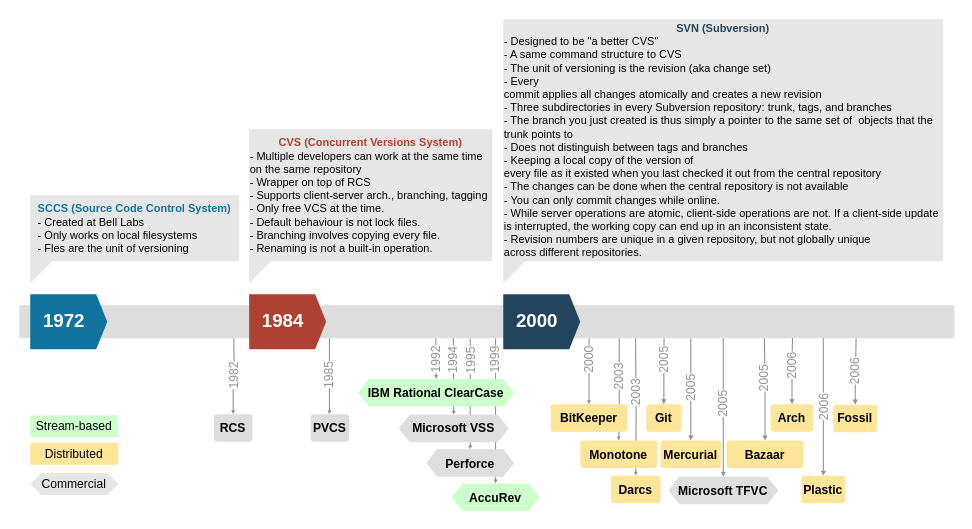
AlirezaRoshanzamir/continuous-delivery-course keeps this draw.io diagram as 16-advanced-version-control/assets/vcs-history.drawio. Above is the earlier version. Source tidied: cells renumbered, new cells numbered last; positions are measured from the earlier drawing's top-left corner, leaving out a move shared by most shapes. Both pictures are drawn from the tidied source at 110%, with x=0, y=0 at pixel (19, 19).
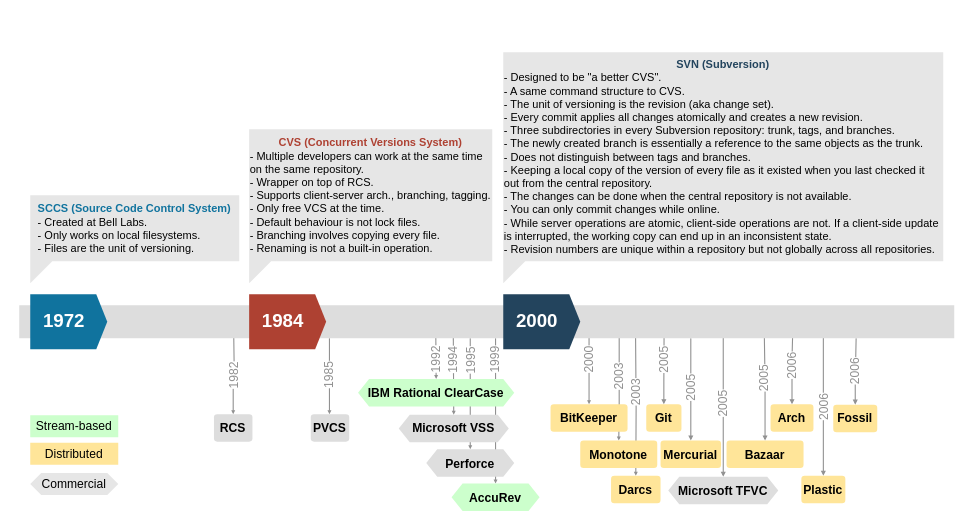
Above is the later version.

Commit message (it also covers changes not shown here):
Make some paragraphs of the 16-advanced-version-control presentation smaller.

Diff of the diagram source:
```diff
@@
-    <mxCell id="37" value="&lt;font color=&quot;#10739E&quot; style=&quot;font-size: 10px&quot;&gt;&lt;b&gt;SCCS (Source Code Control System)&lt;/b&gt;&lt;/font&gt;&lt;br style=&quot;font-size: 10px&quot;&gt;&lt;div style=&quot;font-size: 10px ; text-align: left&quot;&gt;- Created at Bell Labs&lt;/div&gt;&lt;span style=&quot;font-size: 10px&quot;&gt;&lt;div style=&quot;text-align: left&quot;&gt;- Only works on local filesystems&lt;/div&gt;&lt;/span&gt;&lt;div style=&quot;font-size: 10px ; text-align: left&quot;&gt;- Fles are the unit of versioning&lt;/div&gt;" style="shape=callout;whiteSpace=wrap;html=1;perimeter=calloutPerimeter;fontSize=11;fontColor=#000000;fillColor=#E6E6E6;gradientColor=none;size=20;position=0;position2=0;strokeColor=none;" parent="1" vertex="1">
+    <mxCell id="37" value="&lt;font color=&quot;#10739E&quot; style=&quot;font-size: 10px&quot;&gt;&lt;b&gt;SCCS (Source Code Control System)&lt;/b&gt;&lt;/font&gt;&lt;br style=&quot;font-size: 10px&quot;&gt;&lt;div style=&quot;font-size: 10px ; text-align: left&quot;&gt;- Created at Bell Labs.&lt;/div&gt;&lt;span style=&quot;font-size: 10px&quot;&gt;&lt;div style=&quot;text-align: left&quot;&gt;- Only works on local filesystems.&lt;/div&gt;&lt;/span&gt;&lt;div style=&quot;font-size: 10px ; text-align: left&quot;&gt;- Files are the unit of versioning.&lt;/div&gt;" style="shape=callout;whiteSpace=wrap;html=1;perimeter=calloutPerimeter;fontSize=11;fontColor=#000000;fillColor=#E6E6E6;gradientColor=none;size=20;position=0;position2=0;strokeColor=none;" parent="1" vertex="1">
       <mxGeometry x="10" y="160" width="190" height="80" as="geometry" />
     </mxCell>
-    <mxCell id="38" value="&lt;font color=&quot;#AE4132&quot; style=&quot;font-size: 10px&quot;&gt;&lt;b&gt;CVS (Concurrent Versions System)&lt;/b&gt;&lt;/font&gt;&lt;font style=&quot;font-size: 10px&quot;&gt;&lt;br&gt;&lt;div style=&quot;text-align: left&quot;&gt;- Multiple developers can work at the same time on the same repository&lt;/div&gt;&lt;/font&gt;&lt;span style=&quot;font-size: 10px&quot;&gt;&lt;div style=&quot;text-align: left&quot;&gt;- Wrapper on top of RCS&lt;/div&gt;&lt;/span&gt;&lt;span style=&quot;font-size: 10px&quot;&gt;&lt;div style=&quot;text-align: left&quot;&gt;- Supports client-server arch., branching, tagging&lt;/div&gt;&lt;/span&gt;&lt;font style=&quot;font-size: 10px&quot;&gt;&lt;div style=&quot;text-align: left&quot;&gt;- Only free VCS at the time.&lt;/div&gt;&lt;div style=&quot;text-align: left&quot;&gt;- Default behaviour is not lock files.&lt;/div&gt;&lt;div style=&quot;text-align: left&quot;&gt;- Branching involves copying every file.&lt;/div&gt;&lt;div style=&quot;text-align: left&quot;&gt;- Renaming is not a built-in operation.&lt;/div&gt;&lt;/font&gt;" style="shape=callout;whiteSpace=wrap;html=1;perimeter=calloutPerimeter;fontSize=11;fontColor=#000000;fillColor=#E6E6E6;gradientColor=none;size=20;position=0;position2=0;strokeColor=none;" parent="1" vertex="1">
+    <mxCell id="38" value="&lt;font color=&quot;#AE4132&quot; style=&quot;font-size: 10px&quot;&gt;&lt;b&gt;CVS (Concurrent Versions System)&lt;/b&gt;&lt;/font&gt;&lt;font style=&quot;font-size: 10px&quot;&gt;&lt;br&gt;&lt;div style=&quot;text-align: left&quot;&gt;- Multiple developers can work at the same time on the same repository.&lt;/div&gt;&lt;/font&gt;&lt;span style=&quot;font-size: 10px&quot;&gt;&lt;div style=&quot;text-align: left&quot;&gt;- Wrapper on top of RCS.&lt;/div&gt;&lt;/span&gt;&lt;span style=&quot;font-size: 10px&quot;&gt;&lt;div style=&quot;text-align: left&quot;&gt;- Supports client-server arch., branching, tagging.&lt;/div&gt;&lt;/span&gt;&lt;font style=&quot;font-size: 10px&quot;&gt;&lt;div style=&quot;text-align: left&quot;&gt;- Only free VCS at the time.&lt;/div&gt;&lt;div style=&quot;text-align: left&quot;&gt;- Default behaviour is not lock files.&lt;/div&gt;&lt;div style=&quot;text-align: left&quot;&gt;- Branching involves copying every file.&lt;/div&gt;&lt;div style=&quot;text-align: left&quot;&gt;- Renaming is not a built-in operation.&lt;/div&gt;&lt;/font&gt;" style="shape=callout;whiteSpace=wrap;html=1;perimeter=calloutPerimeter;fontSize=11;fontColor=#000000;fillColor=#E6E6E6;gradientColor=none;size=20;position=0;position2=0;strokeColor=none;" parent="1" vertex="1">
       <mxGeometry x="209" y="100" width="221" height="140" as="geometry" />
     </mxCell>
-    <mxCell id="39" value="&lt;font style=&quot;font-size: 10px&quot;&gt;&lt;font color=&quot;#23445D&quot;&gt;&lt;b&gt;SVN (Subversion)&lt;/b&gt;&lt;/font&gt;&lt;br&gt;&lt;div style=&quot;text-align: left&quot;&gt;- Designed to be &quot;a better CVS&quot;&lt;/div&gt;&lt;div style=&quot;text-align: left&quot;&gt;- A same command structure to CVS&lt;/div&gt;&lt;div style=&quot;text-align: left&quot;&gt;- The unit&amp;nbsp;of versioning is the revision (aka change set)&lt;/div&gt;&lt;div style=&quot;text-align: left&quot;&gt;- Every&lt;/div&gt;&lt;div style=&quot;text-align: left&quot;&gt;commit applies all changes atomically and creates a new revision&lt;/div&gt;&lt;div style=&quot;text-align: left&quot;&gt;- Three subdirectories in every&amp;nbsp;Subversion repository: trunk, tags, and branches&lt;/div&gt;&lt;div&gt;&lt;div style=&quot;text-align: left&quot;&gt;- The branch you just created is thus simply a pointer to the same set of&amp;nbsp; objects&amp;nbsp;that the trunk points to&lt;/div&gt;&lt;/div&gt;&lt;/font&gt;&lt;div style=&quot;font-size: 10px ; text-align: left&quot;&gt;- Does not distinguish between tags and branches&lt;/div&gt;&lt;div style=&quot;font-size: 10px ; text-align: left&quot;&gt;- Keeping a local copy of the version of&lt;/div&gt;&lt;div style=&quot;font-size: 10px ; text-align: left&quot;&gt;every ﬁle as it existed when you last checked it out from the central repository&lt;/div&gt;&lt;div style=&quot;font-size: 10px ; text-align: left&quot;&gt;- The changes can be done when the central repository is not available&lt;/div&gt;&lt;div style=&quot;font-size: 10px ; text-align: left&quot;&gt;-&amp;nbsp;You can only commit changes while online.&lt;/div&gt;&lt;div style=&quot;font-size: 10px&quot;&gt;&lt;div style=&quot;text-align: left&quot;&gt;- While server operations are atomic, client-side operations are not. If a client-side update is interrupted, the working copy can end up in an inconsistent&amp;nbsp;state.&lt;/div&gt;&lt;/div&gt;&lt;div style=&quot;font-size: 10px ; text-align: left&quot;&gt;-&amp;nbsp;Revision numbers are unique in a given repository, but not globally unique&lt;/div&gt;&lt;div style=&quot;font-size: 10px ; text-align: left&quot;&gt;across different repositories.&lt;/div&gt;" style="shape=callout;whiteSpace=wrap;html=1;perimeter=calloutPerimeter;fontSize=11;fontColor=#000000;fillColor=#E6E6E6;gradientColor=none;size=20;position=0;position2=0;strokeColor=none;" parent="1" vertex="1">
-      <mxGeometry x="440" width="400" height="240" as="geometry" />
+    <mxCell id="39" value="&lt;font style=&quot;font-size: 10px&quot;&gt;&lt;font color=&quot;#23445D&quot;&gt;&lt;b&gt;SVN (Subversion)&lt;/b&gt;&lt;/font&gt;&lt;br&gt;&lt;div style=&quot;text-align: left&quot;&gt;- Designed to be &quot;a better CVS&quot;.&lt;/div&gt;&lt;div style=&quot;text-align: left&quot;&gt;- A same command structure to CVS.&lt;/div&gt;&lt;div style=&quot;text-align: left&quot;&gt;- The unit&amp;nbsp;of versioning is the revision (aka change set).&lt;/div&gt;&lt;div style=&quot;text-align: left&quot;&gt;- Every&amp;nbsp;&lt;span&gt;commit applies all changes atomically and creates a new revision.&lt;/span&gt;&lt;/div&gt;&lt;div style=&quot;text-align: left&quot;&gt;- Three subdirectories in every&amp;nbsp;Subversion repository: trunk, tags, and branches.&lt;/div&gt;&lt;div&gt;&lt;div style=&quot;text-align: left&quot;&gt;- The newly created branch is essentially a reference to the same objects as the trunk.&lt;/div&gt;&lt;/div&gt;&lt;/font&gt;&lt;div style=&quot;font-size: 10px ; text-align: left&quot;&gt;- Does not distinguish between tags and branches.&lt;/div&gt;&lt;div style=&quot;font-size: 10px ; text-align: left&quot;&gt;- Keeping a local copy of the version of&amp;nbsp;&lt;span&gt;every ﬁle as it existed when you last checked it out from the central repository.&lt;/span&gt;&lt;/div&gt;&lt;div style=&quot;font-size: 10px ; text-align: left&quot;&gt;&lt;span&gt;- The changes can be done when the central repository is not available.&lt;/span&gt;&lt;br&gt;&lt;/div&gt;&lt;div style=&quot;font-size: 10px ; text-align: left&quot;&gt;-&amp;nbsp;You can only commit changes while online.&lt;/div&gt;&lt;div style=&quot;font-size: 10px&quot;&gt;&lt;div style=&quot;text-align: left&quot;&gt;- While server operations are atomic, client-side operations are not. If a client-side update is interrupted, the working copy can end up in an inconsistent&amp;nbsp;state.&lt;/div&gt;&lt;/div&gt;&lt;div style=&quot;font-size: 10px ; text-align: left&quot;&gt;-&amp;nbsp;&lt;span&gt;Revision numbers are unique within a repository but not globally across all repositories.&lt;/span&gt;&lt;/div&gt;" style="shape=callout;whiteSpace=wrap;html=1;perimeter=calloutPerimeter;fontSize=11;fontColor=#000000;fillColor=#E6E6E6;gradientColor=none;size=20;position=0;position2=0;strokeColor=none;" parent="1" vertex="1">
+      <mxGeometry x="440" y="30" width="400" height="210" as="geometry" />
     </mxCell>
```
